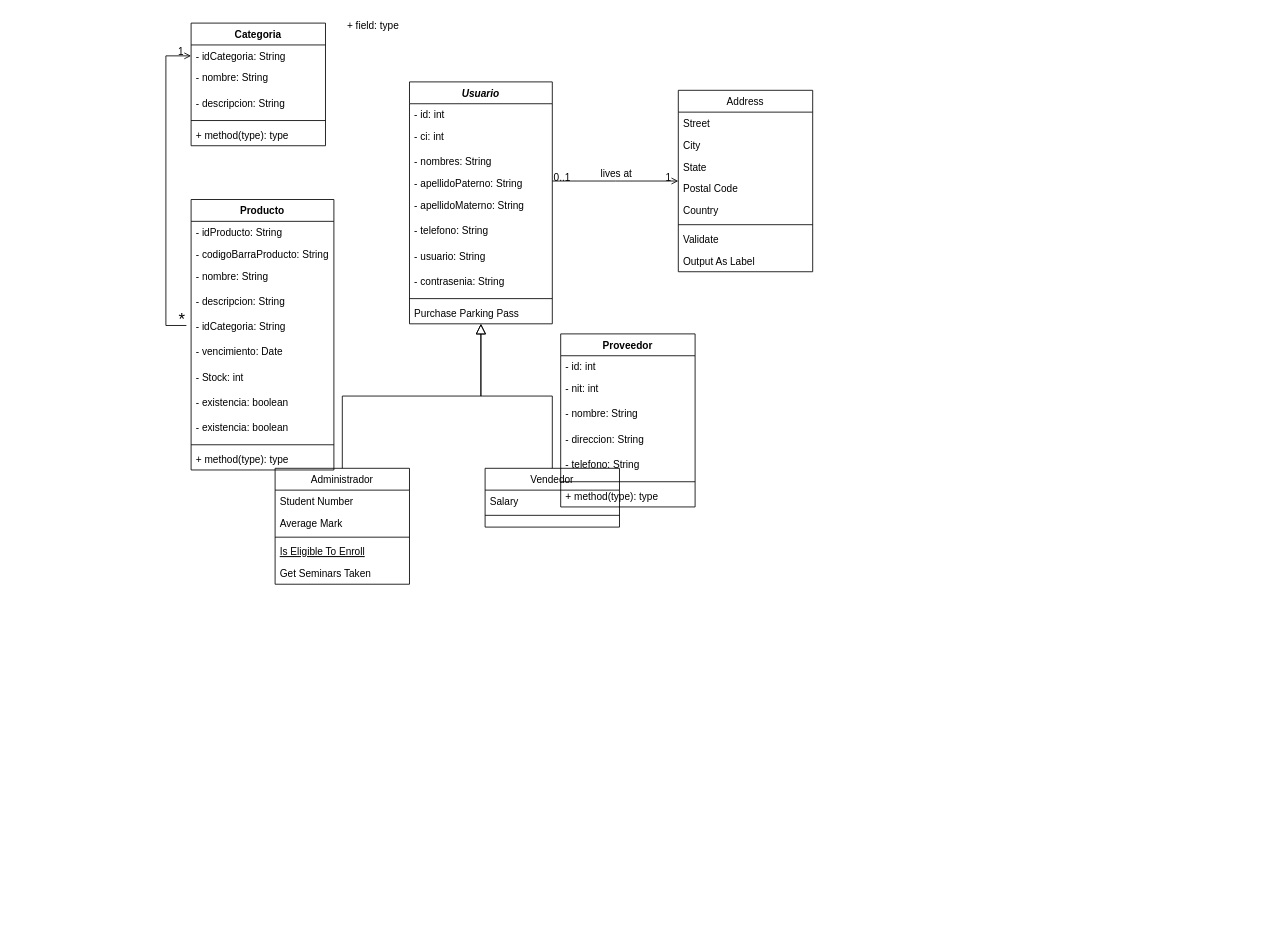
This is doc/caso_de_uso/Untitled Diagram.drawio from Frealdicorp/P1-TIENDA, a draw.io file, before an edit. Source tidied: cells renumbered, new cells numbered last; positions are measured from the earlier drawing's top-left corner, leaving out a move shared by most shapes. Both pictures are drawn from the tidied source at 84%, with x=0, y=0 at pixel (165, 14).
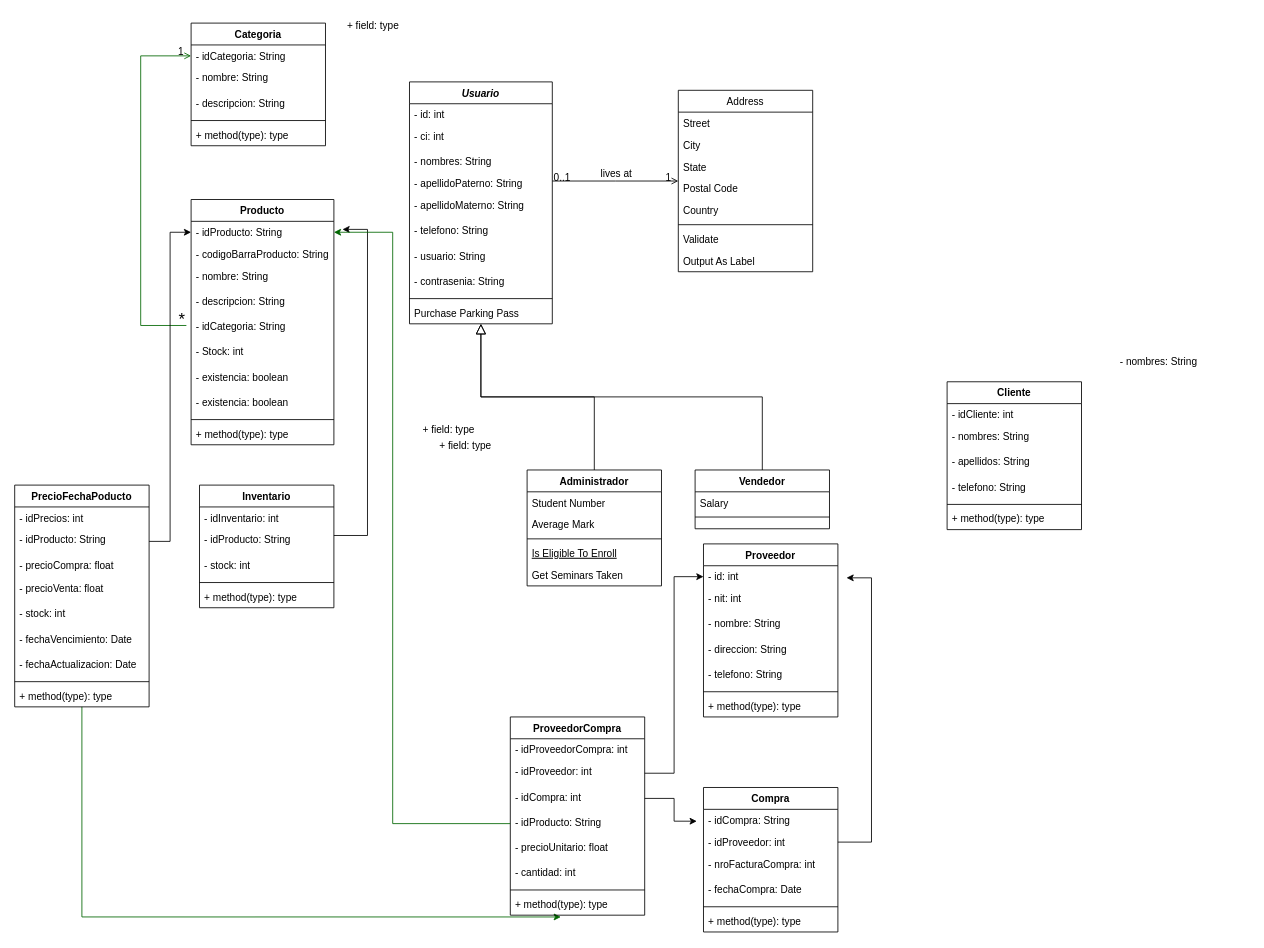
Above is the later version.

Commit message:
Update Untitled Diagram.drawio, antes del zoom

Unchanged cells that the change refers to:
```xml
<mxCell id="38" value="- id: int" style="text;strokeColor=none;fillColor=none;align=left;verticalAlign=top;spacingLeft=4;spacingRight=4;overflow=hidden;points=[[0,0.5],[1,0.5]];portConstraint=eastwest;fontColor=#000000;" parent="37" vertex="1">
  <mxGeometry y="26" width="160" height="26" as="geometry" />
</mxCell>
<mxCell id="47" value="- idCategoria: String" style="text;strokeColor=none;fillColor=none;align=left;verticalAlign=top;spacingLeft=4;spacingRight=4;overflow=hidden;points=[[0,0.5],[1,0.5]];portConstraint=eastwest;fontColor=#000000;" parent="46" vertex="1">
  <mxGeometry y="26" width="160" height="26" as="geometry" />
</mxCell>
<mxCell id="53" value="- idProducto: String" style="text;strokeColor=none;fillColor=none;align=left;verticalAlign=top;spacingLeft=4;spacingRight=4;overflow=hidden;points=[[0,0.5],[1,0.5]];portConstraint=eastwest;fontColor=#000000;" parent="52" vertex="1">
  <mxGeometry y="26" width="170" height="26" as="geometry" />
</mxCell>
<mxCell id="57" value="- idCategoria: String" style="text;strokeColor=none;fillColor=none;align=left;verticalAlign=top;spacingLeft=4;spacingRight=4;overflow=hidden;points=[[0,0.5],[1,0.5]];portConstraint=eastwest;fontColor=#000000;" parent="52" vertex="1">
  <mxGeometry y="138" width="170" height="30" as="geometry" />
</mxCell>
```

The edit, as a diff of the source:
```diff
@@
-    <mxCell id="13" value="Administrador" style="swimlane;fontStyle=0;align=center;verticalAlign=top;horizontal=1;startSize=26;rounded=0;shadow=0;strokeWidth=1;" parent="1" vertex="1">
-      <mxGeometry x="130" y="540" width="160" height="138" as="geometry" />
+    <mxCell id="13" value="Administrador" style="swimlane;fontStyle=1;align=center;verticalAlign=top;horizontal=1;startSize=26;rounded=0;shadow=0;strokeWidth=1;" parent="1" vertex="1">
+      <mxGeometry x="430" y="542" width="160" height="138" as="geometry" />
     </mxCell>
@@
-    <mxCell id="20" value="Vendedor" style="swimlane;fontStyle=0;align=center;verticalAlign=top;horizontal=1;startSize=26;rounded=0;shadow=0;strokeWidth=1;" parent="1" vertex="1">
-      <mxGeometry x="380" y="540" width="160" height="70" as="geometry" />
+    <mxCell id="20" value="Vendedor" style="swimlane;fontStyle=1;align=center;verticalAlign=top;horizontal=1;startSize=26;rounded=0;shadow=0;strokeWidth=1;" parent="1" vertex="1">
+      <mxGeometry x="630" y="542" width="160" height="70" as="geometry" />
     </mxCell>
@@
     <mxCell id="37" value="Proveedor" style="swimlane;fontStyle=1;align=center;verticalAlign=top;horizontal=1;startSize=26;fontColor=#000000;" parent="1" vertex="1">
-      <mxGeometry x="470" y="380" width="160" height="206" as="geometry" />
+      <mxGeometry x="640" y="630" width="160" height="206" as="geometry" />
     </mxCell>
@@
     <mxCell id="52" value="Producto" style="swimlane;fontStyle=1;align=center;verticalAlign=top;horizontal=1;startSize=26;fontColor=#000000;" parent="1" vertex="1">
-      <mxGeometry x="30" y="220" width="170" height="322" as="geometry" />
+      <mxGeometry x="30" y="220" width="170" height="292" as="geometry" />
     </mxCell>
@@
-    <mxCell id="58" value="- vencimiento: Date" style="text;strokeColor=none;fillColor=none;align=left;verticalAlign=top;spacingLeft=4;spacingRight=4;overflow=hidden;fontColor=#000000;" parent="52" vertex="1">
-      <mxGeometry y="168" width="170" height="30" as="geometry" />
-    </mxCell>
     <mxCell id="59" value="- Stock: int" style="text;strokeColor=none;fillColor=none;align=left;verticalAlign=top;spacingLeft=4;spacingRight=4;overflow=hidden;fontColor=#000000;" parent="52" vertex="1">
-      <mxGeometry y="198" width="170" height="30" as="geometry" />
+      <mxGeometry y="168" width="170" height="30" as="geometry" />
     </mxCell>
     <mxCell id="60" value="- existencia: boolean" style="text;strokeColor=none;fillColor=none;align=left;verticalAlign=top;spacingLeft=4;spacingRight=4;overflow=hidden;fontColor=#000000;" parent="52" vertex="1">
-      <mxGeometry y="228" width="170" height="30" as="geometry" />
+      <mxGeometry y="198" width="170" height="30" as="geometry" />
     </mxCell>
     <mxCell id="61" value="- existencia: boolean" style="text;strokeColor=none;fillColor=none;align=left;verticalAlign=top;spacingLeft=4;spacingRight=4;overflow=hidden;fontColor=#000000;" parent="52" vertex="1">
-      <mxGeometry y="258" width="170" height="30" as="geometry" />
+      <mxGeometry y="228" width="170" height="30" as="geometry" />
     </mxCell>
     <mxCell id="62" style="line;strokeWidth=1;fillColor=none;align=left;verticalAlign=middle;spacingTop=-1;spacingLeft=3;spacingRight=3;labelPosition=right;fontColor=#000000;" parent="52" vertex="1">
-      <mxGeometry y="288" width="170" height="8" as="geometry" />
+      <mxGeometry y="258" width="170" height="8" as="geometry" />
     </mxCell>
     <mxCell id="63" value="+ method(type): type" style="text;strokeColor=none;fillColor=none;align=left;verticalAlign=top;spacingLeft=4;spacingRight=4;overflow=hidden;fontColor=#000000;" parent="52" vertex="1">
-      <mxGeometry y="296" width="170" height="26" as="geometry" />
+      <mxGeometry y="266" width="170" height="26" as="geometry" />
     </mxCell>
-    <mxCell id="64" style="endArrow=open;shadow=0;strokeWidth=1;rounded=0;endFill=1;edgeStyle=elbowEdgeStyle;elbow=vertical;align=center;exitX=-0.033;exitY=0.4;exitDx=0;exitDy=0;exitPerimeter=0;" parent="1" edge="1" source="57" target="47">
+    <mxCell id="64" style="endArrow=open;shadow=0;strokeWidth=1;rounded=0;endFill=1;edgeStyle=elbowEdgeStyle;elbow=vertical;align=center;exitX=-0.033;exitY=0.4;exitDx=0;exitDy=0;exitPerimeter=0;fontColor=#006600;strokeColor=#006600;" parent="1" edge="1" source="57" target="47">
       <mxGeometry x="0.5" y="41" relative="1" as="geometry">
         <Array as="points">
+          <mxPoint x="-30" y="220" />
           <mxPoint y="170" />
           <mxPoint x="120" y="190" />
           <mxPoint x="10" y="170" />
         </Array>
         <mxPoint x="-40" y="32" as="offset" />
       </mxGeometry>
     </mxCell>
@@
+    <mxCell id="67" style="edgeStyle=orthogonalEdgeStyle;rounded=0;jettySize=auto;html=1;fontSize=12;fontColor=#006600;strokeColor=#006600;entryX=0.376;entryY=1.082;entryDx=0;entryDy=0;entryPerimeter=0;" parent="1" edge="1" source="68" target="100">
+      <mxGeometry relative="1" as="geometry" />
+    </mxCell>
+    <mxCell id="68" value="PrecioFechaPoducto" style="swimlane;fontStyle=1;align=center;verticalAlign=top;horizontal=1;startSize=26;fontSize=12;fontColor=#000000;" parent="1" vertex="1">
+      <mxGeometry x="-180" y="560" width="160" height="264" as="geometry" />
+    </mxCell>
+    <mxCell id="69" value="- idPrecios: int" style="text;strokeColor=none;fillColor=none;align=left;verticalAlign=top;spacingLeft=4;spacingRight=4;overflow=hidden;fontSize=12;fontColor=#000000;" parent="68" vertex="1">
+      <mxGeometry y="26" width="160" height="26" as="geometry" />
+    </mxCell>
+    <mxCell id="70" value="- idProducto: String" style="text;strokeColor=none;fillColor=none;align=left;verticalAlign=top;spacingLeft=4;spacingRight=4;overflow=hidden;points=[[0,0.5],[1,0.5]];portConstraint=eastwest;fontColor=#000000;" parent="68" vertex="1">
+      <mxGeometry y="52" width="160" height="30" as="geometry" />
+    </mxCell>
+    <mxCell id="71" value="- precioCompra: float" style="text;strokeColor=none;fillColor=none;align=left;verticalAlign=top;spacingLeft=4;spacingRight=4;overflow=hidden;fontColor=#000000;" parent="68" vertex="1">
+      <mxGeometry y="82" width="160" height="28" as="geometry" />
+    </mxCell>
+    <mxCell id="72" value="- precioVenta: float" style="text;strokeColor=none;fillColor=none;align=left;verticalAlign=top;spacingLeft=4;spacingRight=4;overflow=hidden;fontColor=#000000;" parent="68" vertex="1">
+      <mxGeometry y="110" width="160" height="30" as="geometry" />
+    </mxCell>
+    <mxCell id="73" value="- stock: int" style="text;strokeColor=none;fillColor=none;align=left;verticalAlign=top;spacingLeft=4;spacingRight=4;overflow=hidden;fontColor=#000000;" parent="68" vertex="1">
+      <mxGeometry y="140" width="160" height="30" as="geometry" />
+    </mxCell>
+    <mxCell id="74" value="- fechaVencimiento: Date" style="text;strokeColor=none;fillColor=none;align=left;verticalAlign=top;spacingLeft=4;spacingRight=4;overflow=hidden;fontColor=#000000;" parent="68" vertex="1">
+      <mxGeometry y="170" width="160" height="30" as="geometry" />
+    </mxCell>
+    <mxCell id="75" value="- fechaActualizacion: Date" style="text;strokeColor=none;fillColor=none;align=left;verticalAlign=top;spacingLeft=4;spacingRight=4;overflow=hidden;fontColor=#000000;" parent="68" vertex="1">
+      <mxGeometry y="200" width="160" height="30" as="geometry" />
+    </mxCell>
+    <mxCell id="76" style="line;strokeWidth=1;fillColor=none;align=left;verticalAlign=middle;spacingTop=-1;spacingLeft=3;spacingRight=3;labelPosition=right;fontSize=12;fontColor=#000000;" parent="68" vertex="1">
+      <mxGeometry y="230" width="160" height="8" as="geometry" />
+    </mxCell>
+    <mxCell id="77" value="+ method(type): type" style="text;strokeColor=none;fillColor=none;align=left;verticalAlign=top;spacingLeft=4;spacingRight=4;overflow=hidden;fontSize=12;fontColor=#000000;" parent="68" vertex="1">
+      <mxGeometry y="238" width="160" height="26" as="geometry" />
+    </mxCell>
+    <mxCell id="78" value="+ field: type" style="text;strokeColor=none;fillColor=none;align=left;verticalAlign=top;spacingLeft=4;spacingRight=4;overflow=hidden;fontColor=#000000;" parent="1" vertex="1">
+      <mxGeometry x="300" y="480" width="170" height="30" as="geometry" />
+    </mxCell>
+    <mxCell id="79" value="Inventario" style="swimlane;fontStyle=1;align=center;verticalAlign=top;horizontal=1;startSize=26;fontSize=12;fontColor=#000000;" parent="1" vertex="1">
+      <mxGeometry x="40" y="560" width="160" height="146" as="geometry" />
+    </mxCell>
+    <mxCell id="80" value="- idInventario: int" style="text;strokeColor=none;fillColor=none;align=left;verticalAlign=top;spacingLeft=4;spacingRight=4;overflow=hidden;fontSize=12;fontColor=#000000;" parent="79" vertex="1">
+      <mxGeometry y="26" width="160" height="26" as="geometry" />
+    </mxCell>
+    <mxCell id="81" value="- idProducto: String" style="text;strokeColor=none;fillColor=none;align=left;verticalAlign=top;spacingLeft=4;spacingRight=4;overflow=hidden;fontColor=#000000;" parent="79" vertex="1">
+      <mxGeometry y="52" width="160" height="30" as="geometry" />
+    </mxCell>
+    <mxCell id="82" value="- stock: int" style="text;strokeColor=none;fillColor=none;align=left;verticalAlign=top;spacingLeft=4;spacingRight=4;overflow=hidden;fontColor=#000000;" parent="79" vertex="1">
+      <mxGeometry y="82" width="160" height="30" as="geometry" />
+    </mxCell>
+    <mxCell id="83" style="line;strokeWidth=1;fillColor=none;align=left;verticalAlign=middle;spacingTop=-1;spacingLeft=3;spacingRight=3;labelPosition=right;fontSize=12;fontColor=#000000;" parent="79" vertex="1">
+      <mxGeometry y="112" width="160" height="8" as="geometry" />
+    </mxCell>
+    <mxCell id="84" value="+ method(type): type" style="text;strokeColor=none;fillColor=none;align=left;verticalAlign=top;spacingLeft=4;spacingRight=4;overflow=hidden;fontSize=12;fontColor=#000000;" parent="79" vertex="1">
+      <mxGeometry y="120" width="160" height="26" as="geometry" />
+    </mxCell>
+    <mxCell id="85" value="Compra" style="swimlane;fontStyle=1;align=center;verticalAlign=top;horizontal=1;startSize=26;fontSize=12;fontColor=#000000;" parent="1" vertex="1">
+      <mxGeometry x="640" y="920" width="160" height="172" as="geometry" />
+    </mxCell>
+    <mxCell id="86" value="- idCompra: String" style="text;strokeColor=none;fillColor=none;align=left;verticalAlign=top;spacingLeft=4;spacingRight=4;overflow=hidden;points=[[0,0.5],[1,0.5]];portConstraint=eastwest;fontSize=12;fontColor=#000000;" parent="85" vertex="1">
+      <mxGeometry y="26" width="160" height="26" as="geometry" />
+    </mxCell>
+    <mxCell id="87" value="- idProveedor: int" style="text;strokeColor=none;fillColor=none;align=left;verticalAlign=top;spacingLeft=4;spacingRight=4;overflow=hidden;points=[[0,0.5],[1,0.5]];portConstraint=eastwest;fontSize=12;fontColor=#000000;" parent="85" vertex="1">
+      <mxGeometry y="52" width="160" height="26" as="geometry" />
+    </mxCell>
+    <mxCell id="88" value="- nroFacturaCompra: int" style="text;strokeColor=none;fillColor=none;align=left;verticalAlign=top;spacingLeft=4;spacingRight=4;overflow=hidden;fontColor=#000000;" parent="85" vertex="1">
+      <mxGeometry y="78" width="160" height="30" as="geometry" />
+    </mxCell>
+    <mxCell id="89" value="- fechaCompra: Date" style="text;strokeColor=none;fillColor=none;align=left;verticalAlign=top;spacingLeft=4;spacingRight=4;overflow=hidden;fontColor=#000000;" parent="85" vertex="1">
+      <mxGeometry y="108" width="160" height="30" as="geometry" />
+    </mxCell>
+    <mxCell id="90" style="line;strokeWidth=1;fillColor=none;align=left;verticalAlign=middle;spacingTop=-1;spacingLeft=3;spacingRight=3;labelPosition=right;fontSize=12;fontColor=#000000;" parent="85" vertex="1">
+      <mxGeometry y="138" width="160" height="8" as="geometry" />
+    </mxCell>
+    <mxCell id="91" value="+ method(type): type" style="text;strokeColor=none;fillColor=none;align=left;verticalAlign=top;spacingLeft=4;spacingRight=4;overflow=hidden;fontSize=12;fontColor=#000000;" parent="85" vertex="1">
+      <mxGeometry y="146" width="160" height="26" as="geometry" />
+    </mxCell>
+    <mxCell id="92" value="ProveedorCompra" style="swimlane;fontStyle=1;align=center;verticalAlign=top;horizontal=1;startSize=26;fontSize=12;fontColor=#000000;" parent="1" vertex="1">
+      <mxGeometry x="410" y="836" width="160" height="236" as="geometry" />
+    </mxCell>
+    <mxCell id="93" value="- idProveedorCompra: int" style="text;strokeColor=none;fillColor=none;align=left;verticalAlign=top;spacingLeft=4;spacingRight=4;overflow=hidden;fontSize=12;fontColor=#000000;" parent="92" vertex="1">
+      <mxGeometry y="26" width="160" height="26" as="geometry" />
+    </mxCell>
+    <mxCell id="94" value="- idProveedor: int" style="text;strokeColor=none;fillColor=none;align=left;verticalAlign=top;spacingLeft=4;spacingRight=4;overflow=hidden;points=[[0,0.5],[1,0.5]];portConstraint=eastwest;fontColor=#000000;" parent="92" vertex="1">
+      <mxGeometry y="52" width="160" height="30" as="geometry" />
+    </mxCell>
+    <mxCell id="95" value="- idCompra: int" style="text;strokeColor=none;fillColor=none;align=left;verticalAlign=top;spacingLeft=4;spacingRight=4;overflow=hidden;points=[[0,0.5],[1,0.5]];portConstraint=eastwest;fontColor=#000000;" parent="92" vertex="1">
+      <mxGeometry y="82" width="160" height="30" as="geometry" />
+    </mxCell>
+    <mxCell id="96" value="- idProducto: String" style="text;strokeColor=none;fillColor=none;align=left;verticalAlign=top;spacingLeft=4;spacingRight=4;overflow=hidden;points=[[0,0.5],[1,0.5]];portConstraint=eastwest;fontColor=#000000;" parent="92" vertex="1">
+      <mxGeometry y="112" width="160" height="30" as="geometry" />
+    </mxCell>
+    <mxCell id="97" value="- precioUnitario: float" style="text;strokeColor=none;fillColor=none;align=left;verticalAlign=top;spacingLeft=4;spacingRight=4;overflow=hidden;fontColor=#000000;" parent="92" vertex="1">
+      <mxGeometry y="142" width="160" height="30" as="geometry" />
+    </mxCell>
+    <mxCell id="98" value="- cantidad: int" style="text;strokeColor=none;fillColor=none;align=left;verticalAlign=top;spacingLeft=4;spacingRight=4;overflow=hidden;fontColor=#000000;" parent="92" vertex="1">
+      <mxGeometry y="172" width="160" height="30" as="geometry" />
+    </mxCell>
+    <mxCell id="99" style="line;strokeWidth=1;fillColor=none;align=left;verticalAlign=middle;spacingTop=-1;spacingLeft=3;spacingRight=3;labelPosition=right;fontSize=12;fontColor=#000000;" parent="92" vertex="1">
+      <mxGeometry y="202" width="160" height="8" as="geometry" />
+    </mxCell>
+    <mxCell id="100" value="+ method(type): type" style="text;strokeColor=none;fillColor=none;align=left;verticalAlign=top;spacingLeft=4;spacingRight=4;overflow=hidden;points=[[0,0.5],[1,0.5]];portConstraint=eastwest;fontSize=12;fontColor=#000000;" parent="92" vertex="1">
+      <mxGeometry y="210" width="160" height="26" as="geometry" />
+    </mxCell>
+    <mxCell id="101" style="edgeStyle=orthogonalEdgeStyle;rounded=0;jettySize=auto;html=1;entryX=0;entryY=0.5;entryDx=0;entryDy=0;fontSize=12;fontColor=#000000;" parent="1" edge="1" source="94" target="38">
+      <mxGeometry relative="1" as="geometry" />
+    </mxCell>
+    <mxCell id="102" style="edgeStyle=orthogonalEdgeStyle;rounded=0;jettySize=auto;html=1;entryX=-0.05;entryY=0.543;entryDx=0;entryDy=0;entryPerimeter=0;fontSize=12;fontColor=#000000;" parent="1" edge="1" source="95" target="86">
+      <mxGeometry relative="1" as="geometry" />
+    </mxCell>
+    <mxCell id="103" style="edgeStyle=orthogonalEdgeStyle;rounded=0;jettySize=auto;html=1;entryX=1.064;entryY=0.554;entryDx=0;entryDy=0;entryPerimeter=0;fontSize=12;fontColor=#000000;" parent="1" edge="1" source="87" target="38">
+      <mxGeometry relative="1" as="geometry">
+        <Array as="points">
+          <mxPoint x="840" y="985" />
+          <mxPoint x="840" y="670" />
+        </Array>
+      </mxGeometry>
+    </mxCell>
+    <mxCell id="104" style="edgeStyle=orthogonalEdgeStyle;rounded=0;jettySize=auto;html=1;fontSize=12;fontColor=#000000;entryX=1.06;entryY=0.368;entryDx=0;entryDy=0;entryPerimeter=0;" parent="1" edge="1" target="53">
+      <mxGeometry relative="1" as="geometry">
+        <mxPoint x="200" y="620" as="sourcePoint" />
+        <Array as="points">
+          <mxPoint x="200" y="620" />
+          <mxPoint x="240" y="620" />
+          <mxPoint x="240" y="256" />
+        </Array>
+      </mxGeometry>
+    </mxCell>
+    <mxCell id="105" style="edgeStyle=orthogonalEdgeStyle;rounded=0;jettySize=auto;html=1;fontSize=12;fontColor=#000000;" parent="1" edge="1" source="70" target="53">
+      <mxGeometry relative="1" as="geometry" />
+    </mxCell>
+    <mxCell id="106" style="edgeStyle=orthogonalEdgeStyle;rounded=0;jettySize=auto;html=1;exitX=0;exitY=0.5;exitDx=0;exitDy=0;fontSize=12;fontColor=#006600;strokeColor=#006600;entryX=1;entryY=0.5;entryDx=0;entryDy=0;" parent="1" edge="1" source="96" target="53">
+      <mxGeometry relative="1" as="geometry">
+        <Array as="points">
+          <mxPoint x="270" y="963" />
+          <mxPoint x="270" y="259" />
+        </Array>
+      </mxGeometry>
+    </mxCell>
+    <mxCell id="107" value="Cliente" style="swimlane;fontStyle=1;align=center;verticalAlign=top;horizontal=1;startSize=26;fontSize=12;fontColor=#000000;" parent="1" vertex="1">
+      <mxGeometry x="930" y="437" width="160" height="176" as="geometry" />
+    </mxCell>
+    <mxCell id="108" value="- idCliente: int" style="text;strokeColor=none;fillColor=none;align=left;verticalAlign=top;spacingLeft=4;spacingRight=4;overflow=hidden;fontSize=12;fontColor=#000000;" parent="107" vertex="1">
+      <mxGeometry y="26" width="160" height="26" as="geometry" />
+    </mxCell>
+    <mxCell id="109" value="- nombres: String" style="text;strokeColor=none;fillColor=none;align=left;verticalAlign=top;spacingLeft=4;spacingRight=4;overflow=hidden;fontColor=#000000;" parent="107" vertex="1">
+      <mxGeometry y="52" width="160" height="30" as="geometry" />
+    </mxCell>
+    <mxCell id="110" value="- apellidos: String" style="text;strokeColor=none;fillColor=none;align=left;verticalAlign=top;spacingLeft=4;spacingRight=4;overflow=hidden;fontColor=#000000;" parent="107" vertex="1">
+      <mxGeometry y="82" width="160" height="30" as="geometry" />
+    </mxCell>
+    <mxCell id="111" value="- telefono: String" style="text;strokeColor=none;fillColor=none;align=left;verticalAlign=top;spacingLeft=4;spacingRight=4;overflow=hidden;fontColor=#000000;" parent="107" vertex="1">
+      <mxGeometry y="112" width="160" height="30" as="geometry" />
+    </mxCell>
+    <mxCell id="112" style="line;strokeWidth=1;fillColor=none;align=left;verticalAlign=middle;spacingTop=-1;spacingLeft=3;spacingRight=3;labelPosition=right;fontSize=12;fontColor=#000000;" parent="107" vertex="1">
+      <mxGeometry y="142" width="160" height="8" as="geometry" />
+    </mxCell>
+    <mxCell id="113" value="+ method(type): type" style="text;strokeColor=none;fillColor=none;align=left;verticalAlign=top;spacingLeft=4;spacingRight=4;overflow=hidden;fontSize=12;fontColor=#000000;" parent="107" vertex="1">
+      <mxGeometry y="150" width="160" height="26" as="geometry" />
+    </mxCell>
+    <mxCell id="114" value="+ field: type" style="text;strokeColor=none;fillColor=none;align=left;verticalAlign=top;spacingLeft=4;spacingRight=4;overflow=hidden;fontColor=#000000;" parent="1" vertex="1">
+      <mxGeometry x="320" y="500" width="170" height="30" as="geometry" />
+    </mxCell>
+    <mxCell id="115" value="- nombres: String" style="text;strokeColor=none;fillColor=none;align=left;verticalAlign=top;spacingLeft=4;spacingRight=4;overflow=hidden;fontColor=#000000;" parent="1" vertex="1">
+      <mxGeometry x="1130" y="400" width="160" height="30" as="geometry" />
+    </mxCell>
```
